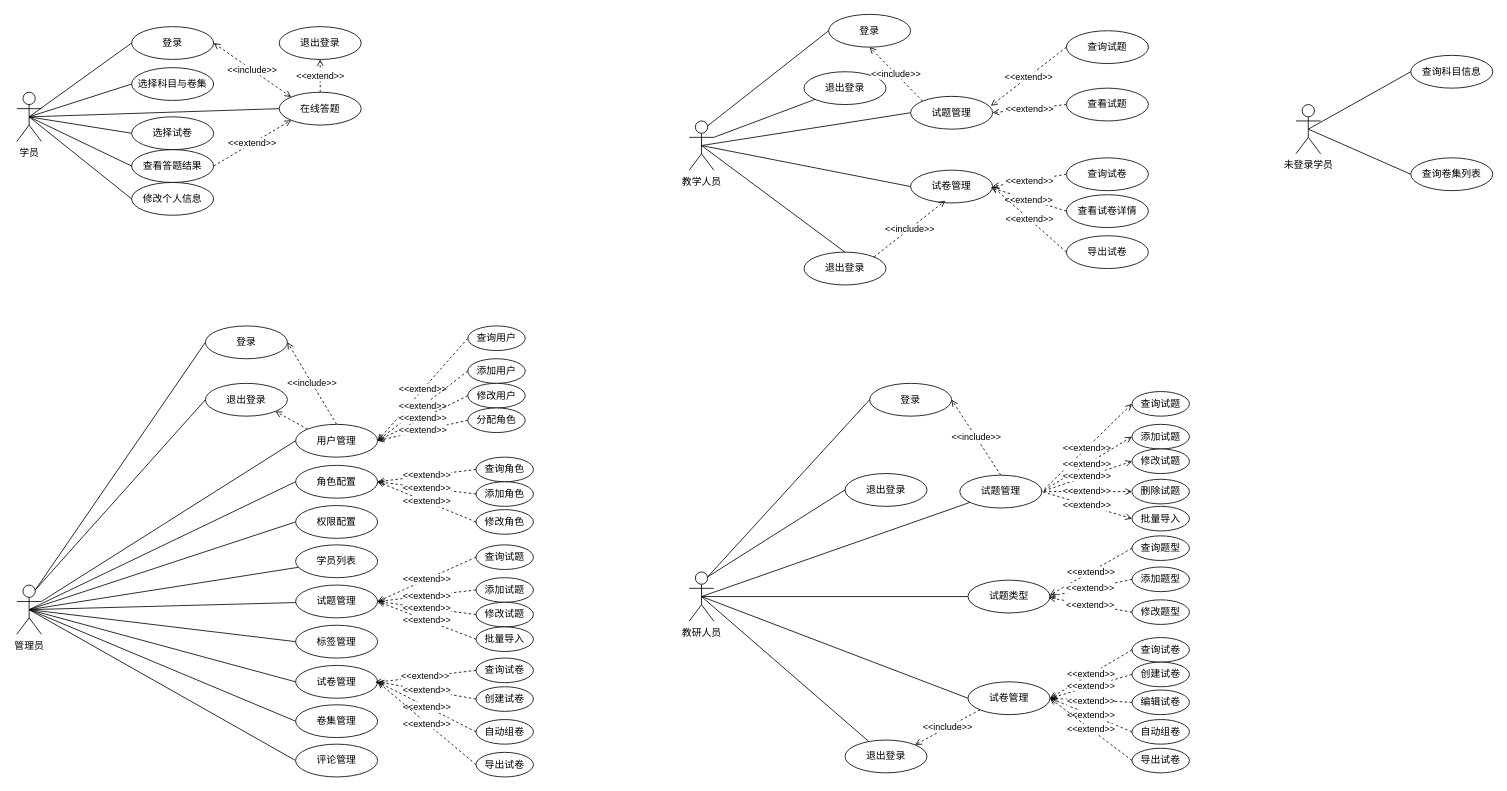
Above: page "功能需求用例图" (17 of 18) of 题库E-R.drawio in ChenLiheng/question-project (draw.io), before the change. Source tidied: cells renumbered, new cells numbered last; positions are measured from the earlier drawing's top-left corner, leaving out a move shared by most shapes. Both pictures are drawn from the tidied source at 82%, with x=0, y=0 at pixel (16, 14).
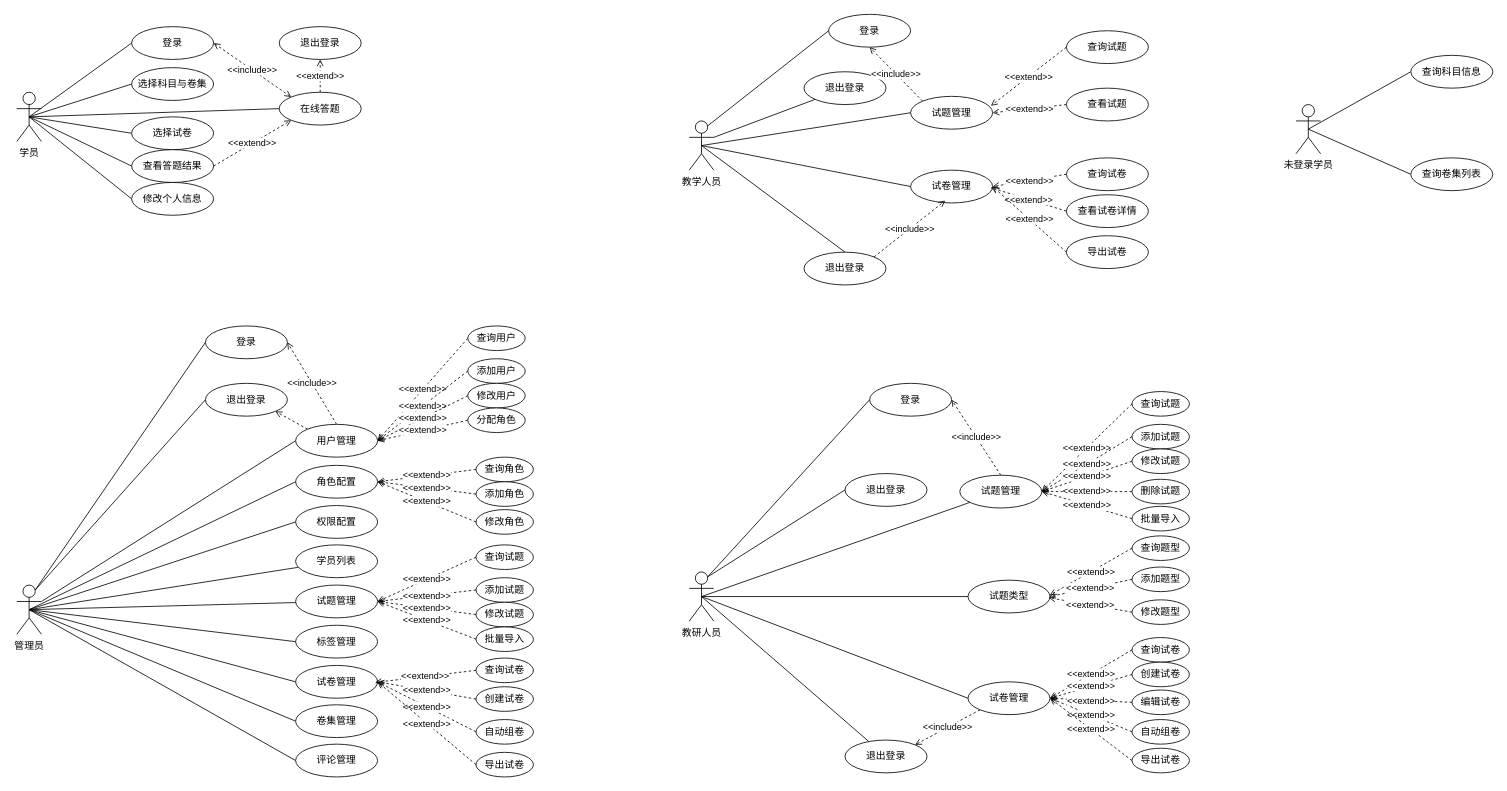
After the change.

The change refers to these unchanged cells:
```xml
<mxCell id="27" style="group;" parent="25" vertex="1">
  <mxGeometry y="10" width="610" height="465" as="geometry" />
</mxCell>
<mxCell id="37" value="试题管理" style="ellipse;whiteSpace=wrap;html=1;" parent="27" vertex="1">
  <mxGeometry x="330" y="102" width="100" height="40" as="geometry" />
</mxCell>
<mxCell id="42" value="查询试题" style="ellipse;whiteSpace=wrap;html=1;" parent="27" vertex="1">
  <mxGeometry x="540" width="70" height="30" as="geometry" />
</mxCell>
<mxCell id="44" value="添加试题" style="ellipse;whiteSpace=wrap;html=1;" parent="27" vertex="1">
  <mxGeometry x="540" y="40" width="70" height="30" as="geometry" />
</mxCell>
<mxCell id="46" value="修改试题" style="ellipse;whiteSpace=wrap;html=1;" parent="27" vertex="1">
  <mxGeometry x="540" y="70" width="70" height="30" as="geometry" />
</mxCell>
<mxCell id="48" value="批量导入" style="ellipse;whiteSpace=wrap;html=1;" parent="27" vertex="1">
  <mxGeometry x="540" y="140" width="70" height="30" as="geometry" />
</mxCell>
<mxCell id="65" value="删除试题" style="ellipse;whiteSpace=wrap;html=1;" parent="27" vertex="1">
  <mxGeometry x="540" y="107" width="70" height="30" as="geometry" />
</mxCell>
```

The edit, as a diff of the source:
```diff
@@
-    <mxCell id="41" value="&amp;lt;&amp;lt;extend&amp;gt;&amp;gt;" style="rounded=0;jettySize=auto;html=1;exitX=0;exitY=0.5;exitDx=0;exitDy=0;entryX=1;entryY=0.5;entryDx=0;entryDy=0;endArrow=none;endFill=0;dashed=1;startArrow=open;startFill=0;" parent="27" edge="1" source="42" target="37">
+    <mxCell id="41" value="&amp;lt;&amp;lt;extend&amp;gt;&amp;gt;" style="rounded=0;jettySize=auto;html=1;exitX=0;exitY=0.5;exitDx=0;exitDy=0;entryX=1;entryY=0.5;entryDx=0;entryDy=0;endArrow=open;endFill=0;dashed=1;startArrow=none;startFill=0;" parent="27" edge="1" source="42" target="37">
       <mxGeometry relative="1" as="geometry" />
     </mxCell>
@@
-    <mxCell id="43" value="&amp;lt;&amp;lt;extend&amp;gt;&amp;gt;" style="rounded=0;jettySize=auto;html=1;exitX=0;exitY=0.5;exitDx=0;exitDy=0;entryX=1;entryY=0.5;entryDx=0;entryDy=0;endArrow=none;endFill=0;dashed=1;startArrow=open;startFill=0;" parent="27" edge="1" source="44" target="37">
+    <mxCell id="43" value="&amp;lt;&amp;lt;extend&amp;gt;&amp;gt;" style="rounded=0;jettySize=auto;html=1;exitX=0;exitY=0.5;exitDx=0;exitDy=0;entryX=1;entryY=0.5;entryDx=0;entryDy=0;endArrow=open;endFill=0;dashed=1;startArrow=none;startFill=0;" parent="27" edge="1" source="44" target="37">
       <mxGeometry relative="1" as="geometry" />
     </mxCell>
@@
-    <mxCell id="45" value="&amp;lt;&amp;lt;extend&amp;gt;&amp;gt;" style="rounded=0;jettySize=auto;html=1;exitX=0;exitY=0.5;exitDx=0;exitDy=0;entryX=1;entryY=0.5;entryDx=0;entryDy=0;endArrow=none;endFill=0;dashed=1;startArrow=open;startFill=0;" parent="27" edge="1" source="46" target="37">
+    <mxCell id="45" value="&amp;lt;&amp;lt;extend&amp;gt;&amp;gt;" style="rounded=0;jettySize=auto;html=1;exitX=0;exitY=0.5;exitDx=0;exitDy=0;entryX=1;entryY=0.5;entryDx=0;entryDy=0;endArrow=open;endFill=0;dashed=1;startArrow=none;startFill=0;" parent="27" edge="1" source="46" target="37">
       <mxGeometry relative="1" as="geometry" />
     </mxCell>
@@
-    <mxCell id="47" value="&amp;lt;&amp;lt;extend&amp;gt;&amp;gt;" style="rounded=0;jettySize=auto;html=1;exitX=0;exitY=0.5;exitDx=0;exitDy=0;endArrow=none;endFill=0;dashed=1;startArrow=open;startFill=0;entryX=1;entryY=0.5;entryDx=0;entryDy=0;" parent="27" edge="1" source="48" target="37">
+    <mxCell id="47" value="&amp;lt;&amp;lt;extend&amp;gt;&amp;gt;" style="rounded=0;jettySize=auto;html=1;exitX=0;exitY=0.5;exitDx=0;exitDy=0;endArrow=open;endFill=0;dashed=1;startArrow=none;startFill=0;entryX=1;entryY=0.5;entryDx=0;entryDy=0;" parent="27" edge="1" source="48" target="37">
       <mxGeometry relative="1" as="geometry" />
     </mxCell>
@@
-    <mxCell id="64" value="&amp;lt;&amp;lt;extend&amp;gt;&amp;gt;" style="rounded=0;jettySize=auto;html=1;exitX=0;exitY=0.5;exitDx=0;exitDy=0;entryX=1;entryY=0.5;entryDx=0;entryDy=0;endArrow=none;endFill=0;dashed=1;startArrow=open;startFill=0;" parent="27" edge="1" source="65" target="37">
+    <mxCell id="64" value="&amp;lt;&amp;lt;extend&amp;gt;&amp;gt;" style="rounded=0;jettySize=auto;html=1;exitX=0;exitY=0.5;exitDx=0;exitDy=0;entryX=1;entryY=0.5;entryDx=0;entryDy=0;endArrow=open;endFill=0;dashed=1;startArrow=none;startFill=0;" parent="27" edge="1" source="65" target="37">
       <mxGeometry relative="1" as="geometry" />
     </mxCell>
```
